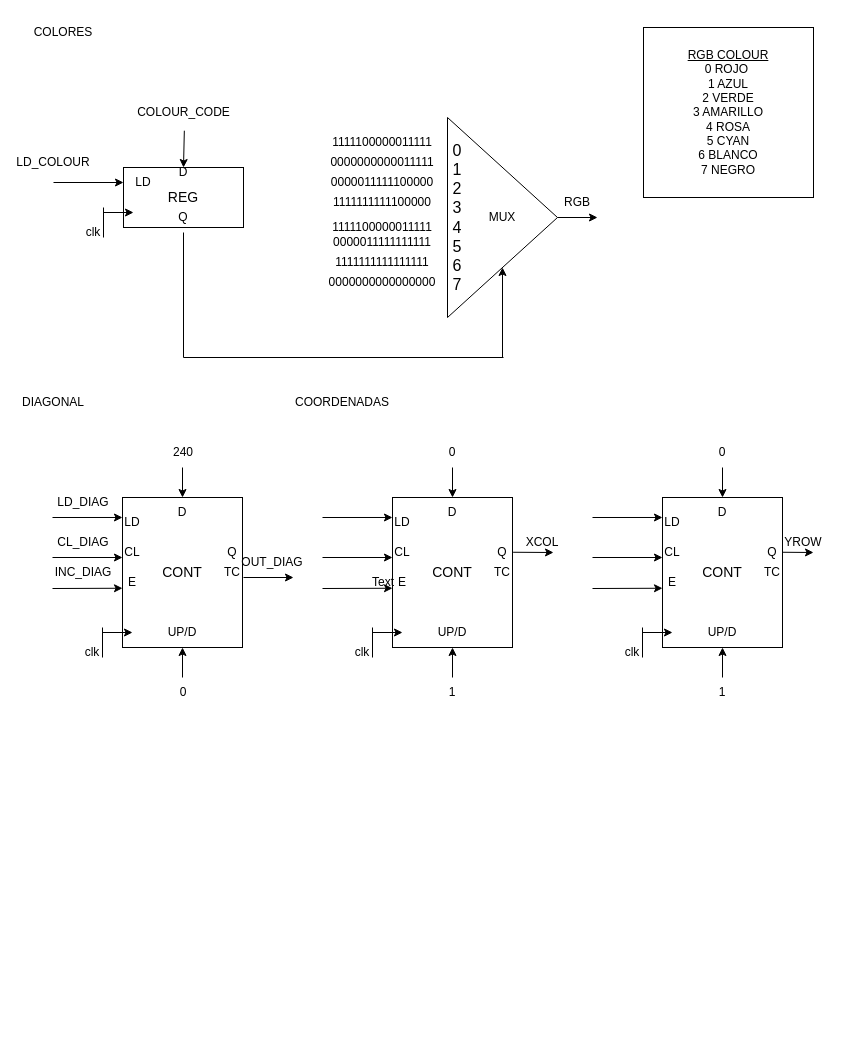
Before: Proyecto/Diseños/Lcd_draw_up.drawio in marcosChoucino/SIstemasDigitales, a draw.io diagram. Source tidied: cells renumbered, new cells numbered last; positions are measured from the earlier drawing's top-left corner, leaving out a move shared by most shapes. Both pictures are drawn from the tidied source at 100%, with x=0, y=0 at pixel (23, 17).
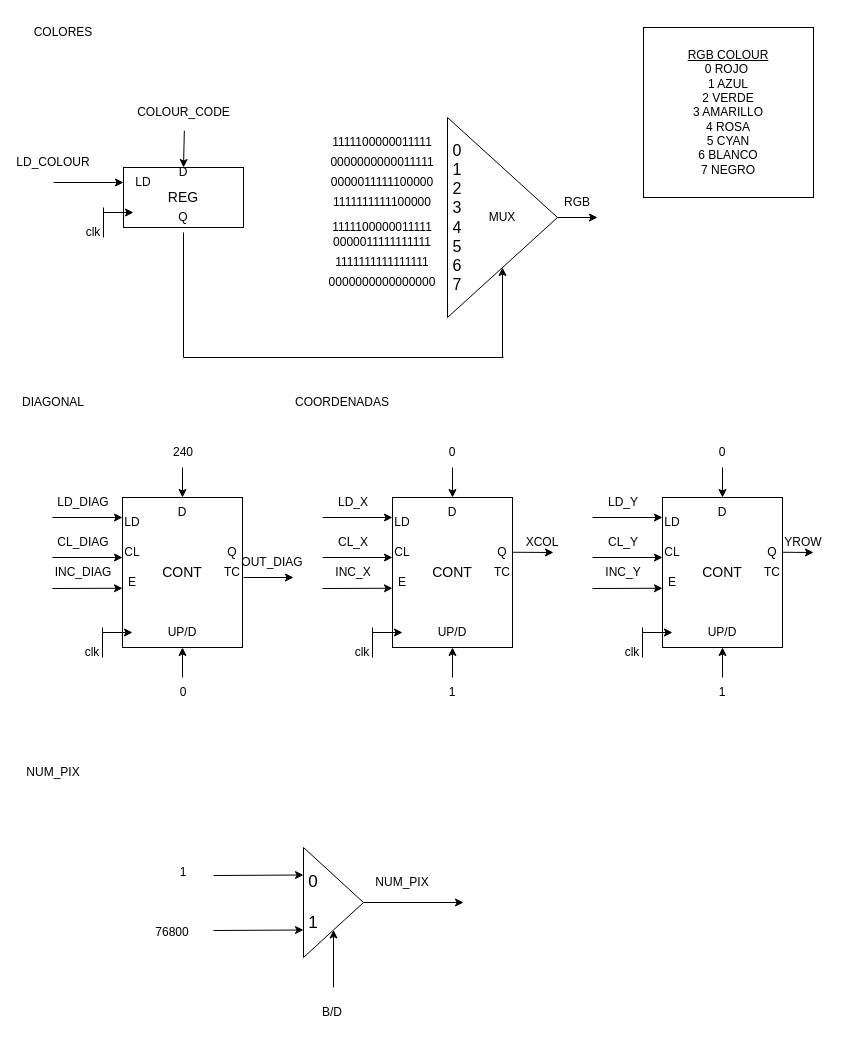
The same page after the edit.

What changed in the source:
```diff
@@
-    <mxCell id="94" value="Text" style="text;html=1;strokeColor=none;fillColor=none;align=center;verticalAlign=middle;whiteSpace=wrap;rounded=0;" parent="1" vertex="1">
-      <mxGeometry x="330" y="550" width="60" height="30" as="geometry" />
+    <mxCell id="94" value="LD_X" style="text;html=1;strokeColor=none;fillColor=none;align=center;verticalAlign=middle;whiteSpace=wrap;rounded=0;" parent="1" vertex="1">
+      <mxGeometry x="300" y="470" width="60" height="30" as="geometry" />
     </mxCell>
@@
+    <mxCell id="101" value="LD_Y" style="text;html=1;strokeColor=none;fillColor=none;align=center;verticalAlign=middle;whiteSpace=wrap;rounded=0;" parent="1" vertex="1">
+      <mxGeometry x="570" y="470" width="60" height="30" as="geometry" />
+    </mxCell>
+    <mxCell id="102" value="CL_Y" style="text;html=1;strokeColor=none;fillColor=none;align=center;verticalAlign=middle;whiteSpace=wrap;rounded=0;" parent="1" vertex="1">
+      <mxGeometry x="570" y="510" width="60" height="30" as="geometry" />
+    </mxCell>
+    <mxCell id="103" value="INC_Y" style="text;html=1;strokeColor=none;fillColor=none;align=center;verticalAlign=middle;whiteSpace=wrap;rounded=0;" parent="1" vertex="1">
+      <mxGeometry x="570" y="540" width="60" height="30" as="geometry" />
+    </mxCell>
+    <mxCell id="104" value="INC_X" style="text;html=1;strokeColor=none;fillColor=none;align=center;verticalAlign=middle;whiteSpace=wrap;rounded=0;" parent="1" vertex="1">
+      <mxGeometry x="300" y="540" width="60" height="30" as="geometry" />
+    </mxCell>
+    <mxCell id="105" value="CL_X" style="text;html=1;strokeColor=none;fillColor=none;align=center;verticalAlign=middle;whiteSpace=wrap;rounded=0;" parent="1" vertex="1">
+      <mxGeometry x="300" y="510" width="60" height="30" as="geometry" />
+    </mxCell>
+    <mxCell id="106" value="NUM_PIX" style="text;html=1;strokeColor=none;fillColor=none;align=center;verticalAlign=middle;whiteSpace=wrap;rounded=0;" parent="1" vertex="1">
+      <mxGeometry y="740" width="60" height="30" as="geometry" />
+    </mxCell>
+    <mxCell id="107" style="triangle;whiteSpace=wrap;html=1;" parent="1" vertex="1">
+      <mxGeometry x="280" y="830" width="60" height="110" as="geometry" />
+    </mxCell>
+    <mxCell id="108" value="&lt;font style=&quot;font-size: 17px;&quot;&gt;0&lt;br&gt;&lt;br&gt;1&lt;/font&gt;" style="text;html=1;strokeColor=none;fillColor=none;align=center;verticalAlign=middle;whiteSpace=wrap;rounded=0;" parent="1" vertex="1">
+      <mxGeometry x="260" y="870" width="60" height="30" as="geometry" />
+    </mxCell>
+    <mxCell id="109" style="endArrow=classic;html=1;rounded=0;entryX=0;entryY=0.25;entryDx=0;entryDy=0;" parent="1" edge="1" target="107">
+      <mxGeometry relative="1" as="geometry">
+        <mxPoint x="190" y="858" as="sourcePoint" />
+      </mxGeometry>
+    </mxCell>
+    <mxCell id="110" style="endArrow=classic;html=1;rounded=0;entryX=0;entryY=0.75;entryDx=0;entryDy=0;" parent="1" edge="1" target="107">
+      <mxGeometry relative="1" as="geometry">
+        <mxPoint x="190" y="913" as="sourcePoint" />
+      </mxGeometry>
+    </mxCell>
+    <mxCell id="111" style="endArrow=classic;html=1;rounded=0;exitX=1;exitY=0.5;exitDx=0;exitDy=0;" parent="1" edge="1" source="107">
+      <mxGeometry relative="1" as="geometry">
+        <mxPoint x="440" y="885" as="targetPoint" />
+      </mxGeometry>
+    </mxCell>
+    <mxCell id="112" value="NUM_PIX" style="text;html=1;strokeColor=none;fillColor=none;align=center;verticalAlign=middle;whiteSpace=wrap;rounded=0;" parent="1" vertex="1">
+      <mxGeometry x="349" y="850" width="60" height="30" as="geometry" />
+    </mxCell>
+    <mxCell id="113" value="1" style="text;html=1;strokeColor=none;fillColor=none;align=center;verticalAlign=middle;whiteSpace=wrap;rounded=0;" parent="1" vertex="1">
+      <mxGeometry x="130" y="840" width="60" height="30" as="geometry" />
+    </mxCell>
+    <mxCell id="114" value="76800" style="text;html=1;strokeColor=none;fillColor=none;align=center;verticalAlign=middle;whiteSpace=wrap;rounded=0;" parent="1" vertex="1">
+      <mxGeometry x="119" y="900" width="60" height="30" as="geometry" />
+    </mxCell>
+    <mxCell id="115" style="endArrow=classic;html=1;rounded=0;entryX=0.5;entryY=1;entryDx=0;entryDy=0;" parent="1" edge="1" target="107">
+      <mxGeometry relative="1" as="geometry">
+        <mxPoint x="310" y="970" as="sourcePoint" />
+      </mxGeometry>
+    </mxCell>
+    <mxCell id="116" value="B/D" style="text;html=1;strokeColor=none;fillColor=none;align=center;verticalAlign=middle;whiteSpace=wrap;rounded=0;" parent="1" vertex="1">
+      <mxGeometry x="279" y="980" width="60" height="30" as="geometry" />
+    </mxCell>
```
